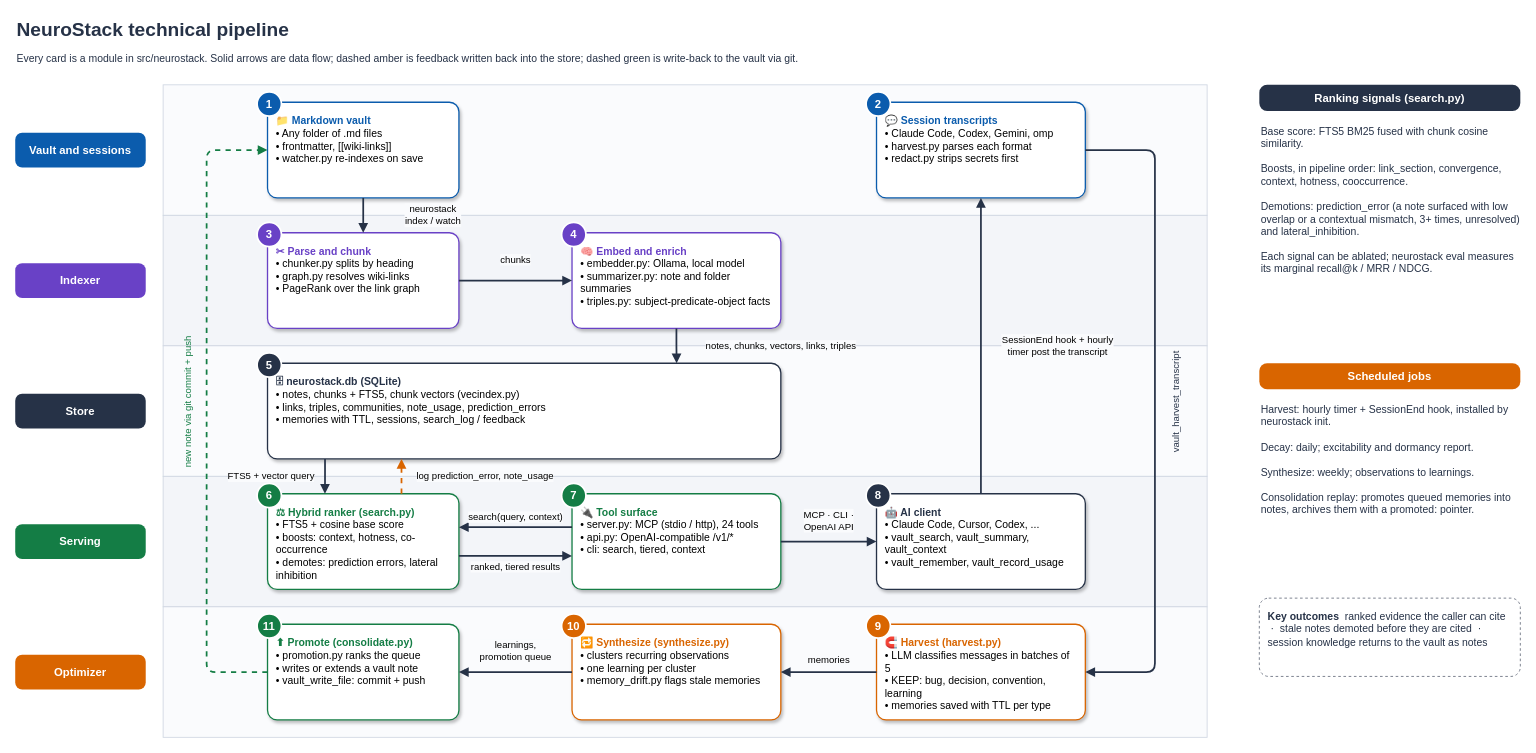
Earlier version of the draw.io diagram docs/how-it-works-technical.drawio (raphasouthall/neurostack). Source tidied: cells renumbered, new cells numbered last; positions are measured from the earlier drawing's top-left corner, leaving out a move shared by most shapes. Both pictures are drawn from the tidied source at 87%, with x=0, y=0 at pixel (15, 15).
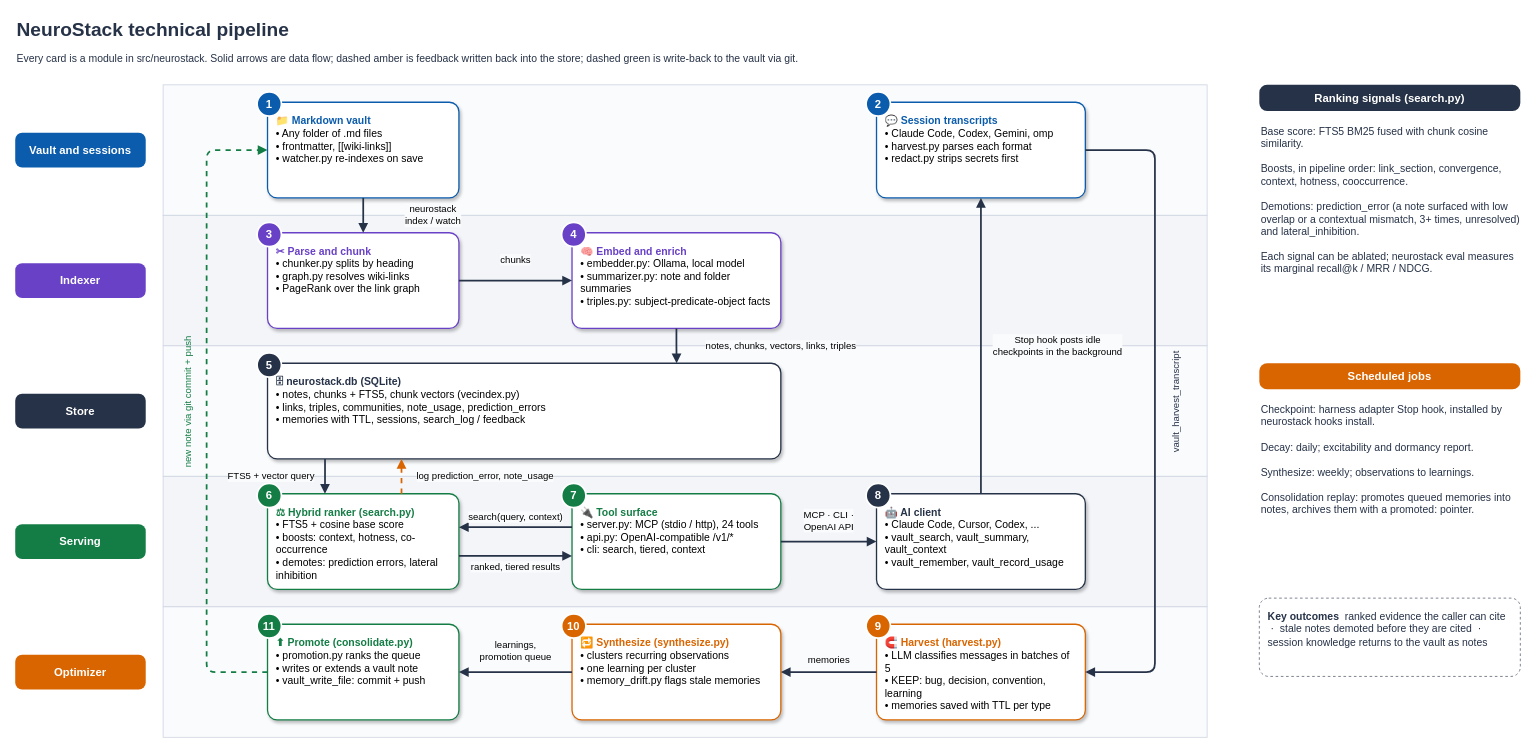
After the change.

The change refers to these unchanged cells:
```xml
<mxCell id="16" value="&lt;b&gt;&lt;font color=&quot;#0B5CAD&quot;&gt;💬 Session transcripts&lt;/font&gt;&lt;/b&gt;&lt;br&gt;• Claude Code, Codex, Gemini, omp&lt;br&gt;• harvest.py parses each format&lt;br&gt;• redact.py strips secrets first" style="rounded=1;arcSize=10;shadow=1;strokeWidth=1.5;fontSize=12;align=left;verticalAlign=top;spacing=10;whiteSpace=wrap;html=1;fontFamily=Helvetica;fillColor=#FFFFFF;strokeColor=#0B5CAD;" parent="1" vertex="1">
  <mxGeometry x="990" y="100" width="240" height="110" as="geometry" />
</mxCell>
<mxCell id="28" value="&lt;b&gt;&lt;font color=&quot;#263247&quot;&gt;🤖 AI client&lt;/font&gt;&lt;/b&gt;&lt;br&gt;• Claude Code, Cursor, Codex, ...&lt;br&gt;• vault_search, vault_summary, vault_context&lt;br&gt;• vault_remember, vault_record_usage" style="rounded=1;arcSize=10;shadow=1;strokeWidth=1.5;fontSize=12;align=left;verticalAlign=top;spacing=10;whiteSpace=wrap;html=1;fontFamily=Helvetica;fillColor=#FFFFFF;strokeColor=#263247;" parent="1" vertex="1">
  <mxGeometry x="990" y="550" width="240" height="110" as="geometry" />
</mxCell>
```

Change to the diagram source:
```diff
@@
-    <mxCell id="44" value="SessionEnd hook + hourly&lt;br&gt;timer post the transcript" style="edgeStyle=orthogonalEdgeStyle;rounded=1;html=1;endArrow=block;endFill=1;strokeWidth=2;fontFamily=Helvetica;labelBackgroundColor=#FAFBFD;fontSize=11;strokeColor=#263247;exitX=0.5;exitY=0;entryX=0.5;entryY=1;" parent="1" edge="1" source="28" target="16">
+    <mxCell id="44" value="Stop hook posts idle&lt;br&gt;checkpoints in the background" style="edgeStyle=orthogonalEdgeStyle;rounded=1;html=1;endArrow=block;endFill=1;strokeWidth=2;fontFamily=Helvetica;labelBackgroundColor=#FAFBFD;fontSize=11;strokeColor=#263247;exitX=0.5;exitY=0;entryX=0.5;entryY=1;" parent="1" edge="1" source="28" target="16">
       <mxGeometry relative="1" as="geometry">
         <mxPoint x="88" as="offset" />
       </mxGeometry>
     </mxCell>
@@
-    <mxCell id="54" value="Harvest: hourly timer + SessionEnd hook, installed by neurostack init.&lt;br&gt;&lt;br&gt;Decay: daily; excitability and dormancy report.&lt;br&gt;&lt;br&gt;Synthesize: weekly; observations to learnings.&lt;br&gt;&lt;br&gt;Consolidation replay: promotes queued memories into notes, archives them with a promoted: pointer." style="text;html=1;whiteSpace=wrap;align=left;verticalAlign=top;fontSize=12;fontColor=#263247;fontFamily=Helvetica;" parent="1" vertex="1">
+    <mxCell id="54" value="Checkpoint: harness adapter Stop hook, installed by neurostack hooks install.&lt;br&gt;&lt;br&gt;Decay: daily; excitability and dormancy report.&lt;br&gt;&lt;br&gt;Synthesize: weekly; observations to learnings.&lt;br&gt;&lt;br&gt;Consolidation replay: promotes queued memories into notes, archives them with a promoted: pointer." style="text;html=1;whiteSpace=wrap;align=left;verticalAlign=top;fontSize=12;fontColor=#263247;fontFamily=Helvetica;" parent="1" vertex="1">
       <mxGeometry x="1430" y="440" width="300" height="200" as="geometry" />
     </mxCell>
```
